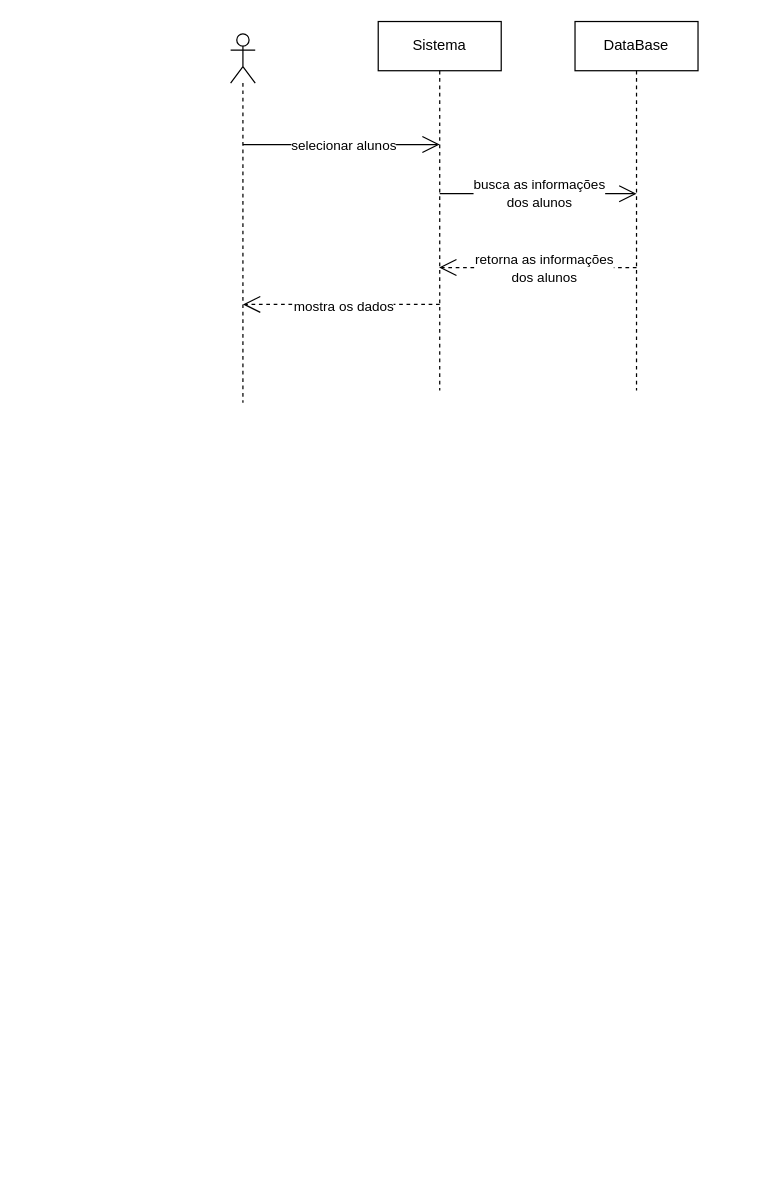
Earlier version of the draw.io diagram page "mostra dados dos alunos" (8 of 22) of diagramas/sequencias/sequencias.drawio (ismaelnata01-maker/sistema-de-gestao-escolar). Source tidied: cells renumbered, new cells numbered last; positions are measured from the earlier drawing's top-left corner, leaving out a move shared by most shapes. Both pictures are drawn from the tidied source at 123%, with x=0, y=0 at pixel (230, 21).
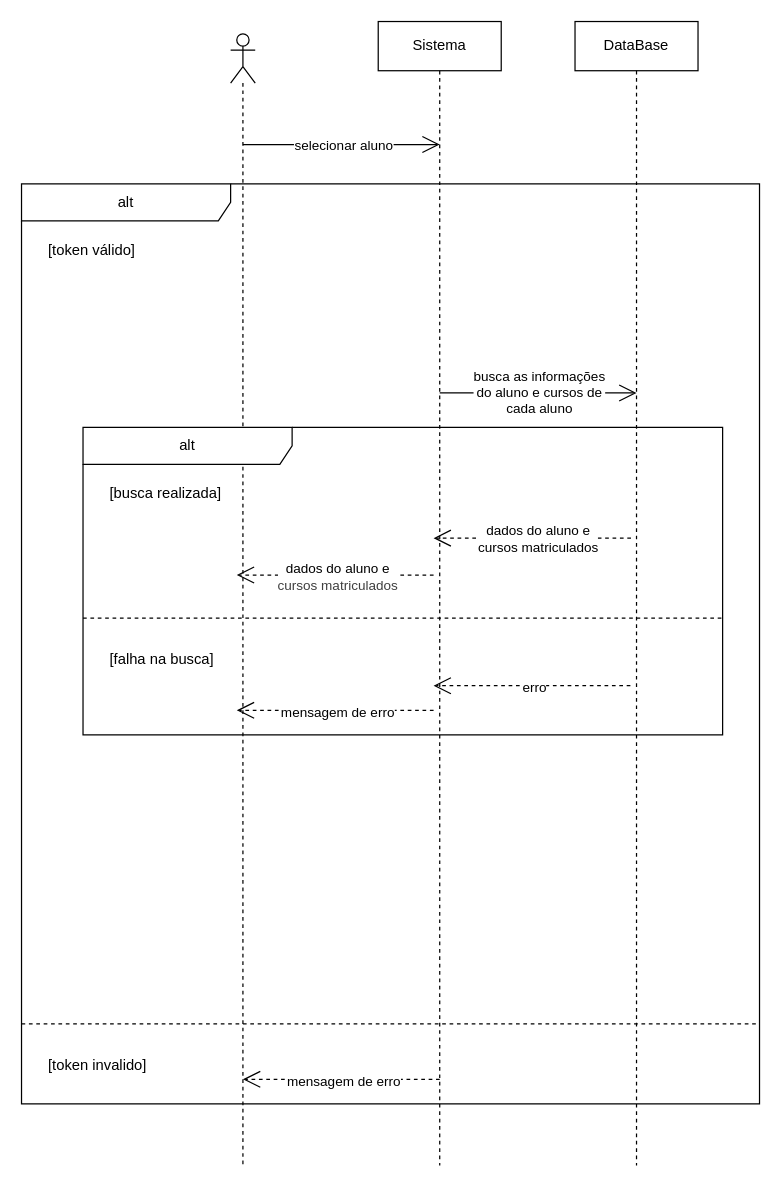
Above is the later version.

What changed in the source:
```diff
@@
-    <mxCell id="2" style="endArrow=open;endFill=1;endSize=12;html=1;dashed=1;" parent="1" edge="1">
-      <mxGeometry relative="1" as="geometry">
-        <mxPoint x="330" y="200" as="sourcePoint" />
-        <mxPoint x="169.5" y="200" as="targetPoint" />
-        <Array as="points">
-          <mxPoint x="310" y="200" />
-        </Array>
-      </mxGeometry>
-    </mxCell>
-    <mxCell id="3" value="retorna as informações&lt;div&gt;dos alunos&lt;br&gt;&lt;/div&gt;" style="edgeLabel;html=1;align=center;verticalAlign=middle;" parent="2" vertex="1">
-      <mxGeometry x="-0.05" relative="1" as="geometry" />
-    </mxCell>
-    <mxCell id="4" style="shape=umlLifeline;perimeter=lifelinePerimeter;whiteSpace=wrap;html=1;newEdgeStyle={&quot;curved&quot;:0,&quot;rounded&quot;:0};participant=umlActor;" parent="1" vertex="1">
-      <mxGeometry y="10" width="20" height="300" as="geometry" />
-    </mxCell>
+    <mxCell id="13" style="shape=umlLifeline;perimeter=lifelinePerimeter;whiteSpace=wrap;html=1;newEdgeStyle={&quot;curved&quot;:0,&quot;rounded&quot;:0};participant=umlActor;" parent="1" vertex="1">
+      <mxGeometry y="10" width="20" height="920" as="geometry" />
+    </mxCell>
     <mxCell id="5" value="Sistema" style="shape=umlLifeline;perimeter=lifelinePerimeter;whiteSpace=wrap;html=1;newEdgeStyle={&quot;curved&quot;:0,&quot;rounded&quot;:0};" parent="1" vertex="1">
-      <mxGeometry x="120" width="100" height="300" as="geometry" />
+      <mxGeometry x="120" width="100" height="930" as="geometry" />
     </mxCell>
     <mxCell id="6" value="DataBase" style="shape=umlLifeline;perimeter=lifelinePerimeter;whiteSpace=wrap;html=1;newEdgeStyle={&quot;curved&quot;:0,&quot;rounded&quot;:0};" parent="1" vertex="1">
-      <mxGeometry x="280" width="100" height="300" as="geometry" />
+      <mxGeometry x="280" width="100" height="930" as="geometry" />
     </mxCell>
-    <mxCell id="7" style="endArrow=open;endFill=1;endSize=12;html=1;" parent="1" edge="1">
-      <mxGeometry relative="1" as="geometry">
-        <mxPoint x="10" y="100" as="sourcePoint" />
-        <mxPoint x="170" y="100" as="targetPoint" />
-      </mxGeometry>
-    </mxCell>
-    <mxCell id="8" value="selecionar alunos" style="edgeLabel;html=1;align=center;verticalAlign=middle;" parent="7" vertex="1">
-      <mxGeometry x="0.01" relative="1" as="geometry" />
-    </mxCell>
-    <mxCell id="9" style="endArrow=open;endFill=1;endSize=12;html=1;" parent="1" edge="1">
-      <mxGeometry relative="1" as="geometry">
-        <mxPoint x="170" y="140" as="sourcePoint" />
-        <mxPoint x="330" y="140" as="targetPoint" />
-      </mxGeometry>
-    </mxCell>
-    <mxCell id="10" value="busca as informações&lt;div&gt;dos alunos&lt;/div&gt;" style="edgeLabel;html=1;align=center;verticalAlign=middle;" parent="9" vertex="1">
-      <mxGeometry y="1" relative="1" as="geometry" />
-    </mxCell>
-    <mxCell id="11" style="endArrow=open;endFill=1;endSize=12;html=1;dashed=1;" parent="1" edge="1">
-      <mxGeometry relative="1" as="geometry">
-        <mxPoint x="170" y="230" as="sourcePoint" />
-        <mxPoint x="10" y="230" as="targetPoint" />
-      </mxGeometry>
-    </mxCell>
-    <mxCell id="12" value="mostra os dados" style="edgeLabel;html=1;align=center;verticalAlign=middle;" parent="11" vertex="1">
-      <mxGeometry x="-0.01" y="1" relative="1" as="geometry" />
-    </mxCell>
+    <mxCell id="14" style="endArrow=open;endFill=1;endSize=12;html=1;" parent="1" edge="1">
+      <mxGeometry relative="1" as="geometry">
+        <mxPoint x="10" y="100" as="sourcePoint" />
+        <mxPoint x="170" y="100" as="targetPoint" />
+      </mxGeometry>
+    </mxCell>
+    <mxCell id="15" value="selecionar aluno" style="edgeLabel;html=1;align=center;verticalAlign=middle;" parent="14" vertex="1">
+      <mxGeometry x="0.01" relative="1" as="geometry" />
+    </mxCell>
+    <mxCell id="16" value="alt" style="shape=umlFrame;whiteSpace=wrap;html=1;width=170;" parent="1" vertex="1">
+      <mxGeometry x="-170" y="132" width="600" height="748" as="geometry" />
+    </mxCell>
+    <mxCell id="17" value="[token válido]" style="text;html=1;" parent="16" vertex="1">
+      <mxGeometry width="100" height="20" relative="1" as="geometry">
+        <mxPoint x="20" y="40" as="offset" />
+      </mxGeometry>
+    </mxCell>
+    <mxCell id="18" value="[token invalido]" style="line;strokeWidth=1;dashed=1;labelPosition=center;verticalLabelPosition=bottom;align=left;verticalAlign=top;spacingLeft=20;spacingTop=15;html=1;whiteSpace=wrap;" parent="16" vertex="1">
+      <mxGeometry y="678" width="600" height="10" as="geometry" />
+    </mxCell>
+    <mxCell id="19" style="endArrow=open;endFill=1;endSize=12;html=1;dashed=1;" parent="16" edge="1">
+      <mxGeometry relative="1" as="geometry">
+        <mxPoint x="340" y="728" as="sourcePoint" />
+        <mxPoint x="180" y="728" as="targetPoint" />
+      </mxGeometry>
+    </mxCell>
+    <mxCell id="20" value="mensagem de erro" style="edgeLabel;html=1;align=center;verticalAlign=middle;" parent="19" vertex="1">
+      <mxGeometry x="-0.01" y="1" relative="1" as="geometry" />
+    </mxCell>
+    <mxCell id="21" value="alt" style="shape=umlFrame;whiteSpace=wrap;html=1;width=170;" parent="16" vertex="1">
+      <mxGeometry x="50" y="198" width="520" height="250" as="geometry" />
+    </mxCell>
+    <mxCell id="22" value="[busca realizada]" style="text;html=1;" parent="21" vertex="1">
+      <mxGeometry width="100" height="20" relative="1" as="geometry">
+        <mxPoint x="20" y="40" as="offset" />
+      </mxGeometry>
+    </mxCell>
+    <mxCell id="23" value="[falha na busca]" style="line;strokeWidth=1;dashed=1;labelPosition=center;verticalLabelPosition=bottom;align=left;verticalAlign=top;spacingLeft=20;spacingTop=15;html=1;whiteSpace=wrap;" parent="21" vertex="1">
+      <mxGeometry y="150" width="520" height="10" as="geometry" />
+    </mxCell>
+    <mxCell id="24" style="endArrow=open;endFill=1;endSize=12;html=1;dashed=1;" parent="21" edge="1">
+      <mxGeometry relative="1" as="geometry">
+        <mxPoint x="445" y="210" as="sourcePoint" />
+        <mxPoint x="285" y="210" as="targetPoint" />
+      </mxGeometry>
+    </mxCell>
+    <mxCell id="25" value="erro" style="edgeLabel;html=1;align=center;verticalAlign=middle;" parent="24" vertex="1">
+      <mxGeometry x="-0.01" y="1" relative="1" as="geometry" />
+    </mxCell>
+    <mxCell id="26" style="endArrow=open;endFill=1;endSize=12;html=1;dashed=1;" parent="21" edge="1">
+      <mxGeometry relative="1" as="geometry">
+        <mxPoint x="285" y="230" as="sourcePoint" />
+        <mxPoint x="125" y="230" as="targetPoint" />
+      </mxGeometry>
+    </mxCell>
+    <mxCell id="27" value="mensagem de erro" style="edgeLabel;html=1;align=center;verticalAlign=middle;" parent="26" vertex="1">
+      <mxGeometry x="-0.01" y="1" relative="1" as="geometry" />
+    </mxCell>
+    <mxCell id="28" style="endArrow=open;endFill=1;endSize=12;html=1;dashed=1;" parent="21" edge="1">
+      <mxGeometry relative="1" as="geometry">
+        <mxPoint x="445.5" y="90" as="sourcePoint" />
+        <mxPoint x="285" y="90" as="targetPoint" />
+        <Array as="points">
+          <mxPoint x="425.5" y="90" />
+        </Array>
+      </mxGeometry>
+    </mxCell>
+    <mxCell id="29" value="dados do aluno e&lt;div&gt;cursos matriculados&lt;/div&gt;" style="edgeLabel;html=1;align=center;verticalAlign=middle;" parent="28" vertex="1">
+      <mxGeometry x="-0.05" relative="1" as="geometry" />
+    </mxCell>
+    <mxCell id="30" style="endArrow=open;endFill=1;endSize=12;html=1;dashed=1;" parent="21" edge="1">
+      <mxGeometry relative="1" as="geometry">
+        <mxPoint x="285" y="120" as="sourcePoint" />
+        <mxPoint x="125" y="120" as="targetPoint" />
+      </mxGeometry>
+    </mxCell>
+    <mxCell id="31" value="&lt;span style=&quot;color: rgb(0, 0, 0);&quot;&gt;dados do aluno e&lt;/span&gt;&lt;div style=&quot;color: rgb(63, 63, 63); scrollbar-color: rgb(226, 226, 226) rgb(251, 251, 251);&quot;&gt;cursos matriculados&lt;/div&gt;" style="edgeLabel;html=1;align=center;verticalAlign=middle;" parent="30" vertex="1">
+      <mxGeometry x="-0.01" y="1" relative="1" as="geometry" />
+    </mxCell>
+    <mxCell id="32" style="endArrow=open;endFill=1;endSize=12;html=1;" parent="1" edge="1">
+      <mxGeometry relative="1" as="geometry">
+        <mxPoint x="170" y="302" as="sourcePoint" />
+        <mxPoint x="330" y="302" as="targetPoint" />
+      </mxGeometry>
+    </mxCell>
+    <mxCell id="33" value="busca as informações&lt;div&gt;do aluno e cursos de&lt;/div&gt;&lt;div&gt;cada aluno&lt;/div&gt;" style="edgeLabel;html=1;align=center;verticalAlign=middle;" parent="32" vertex="1">
+      <mxGeometry y="1" relative="1" as="geometry" />
+    </mxCell>
```
